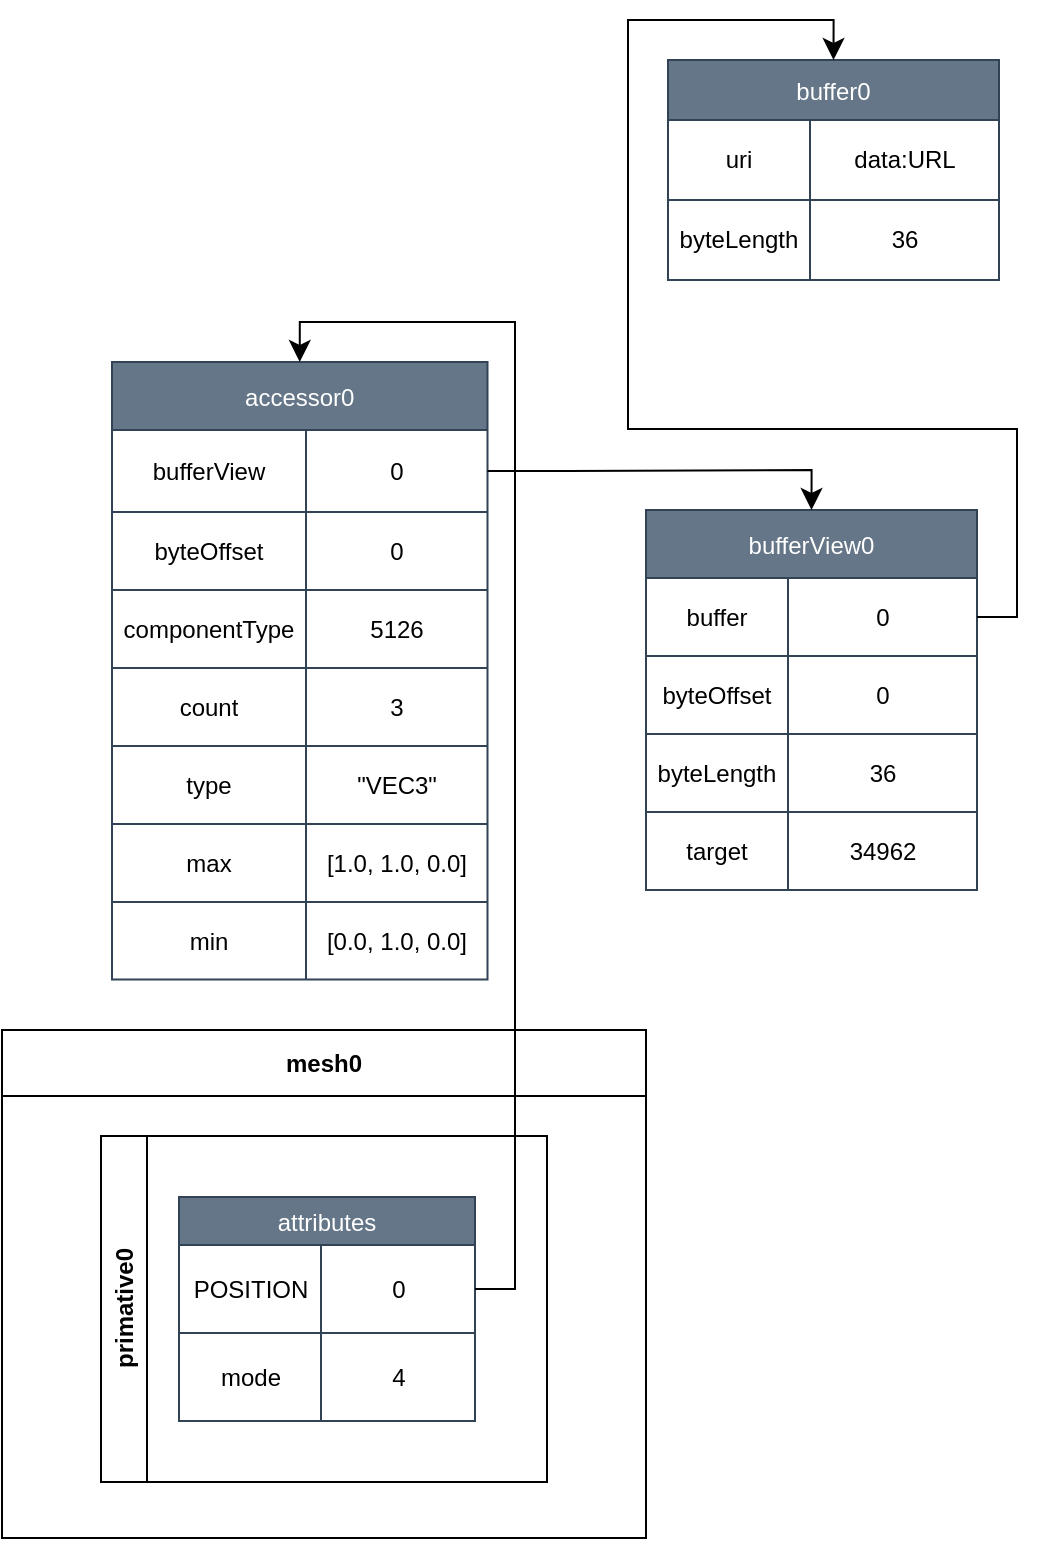
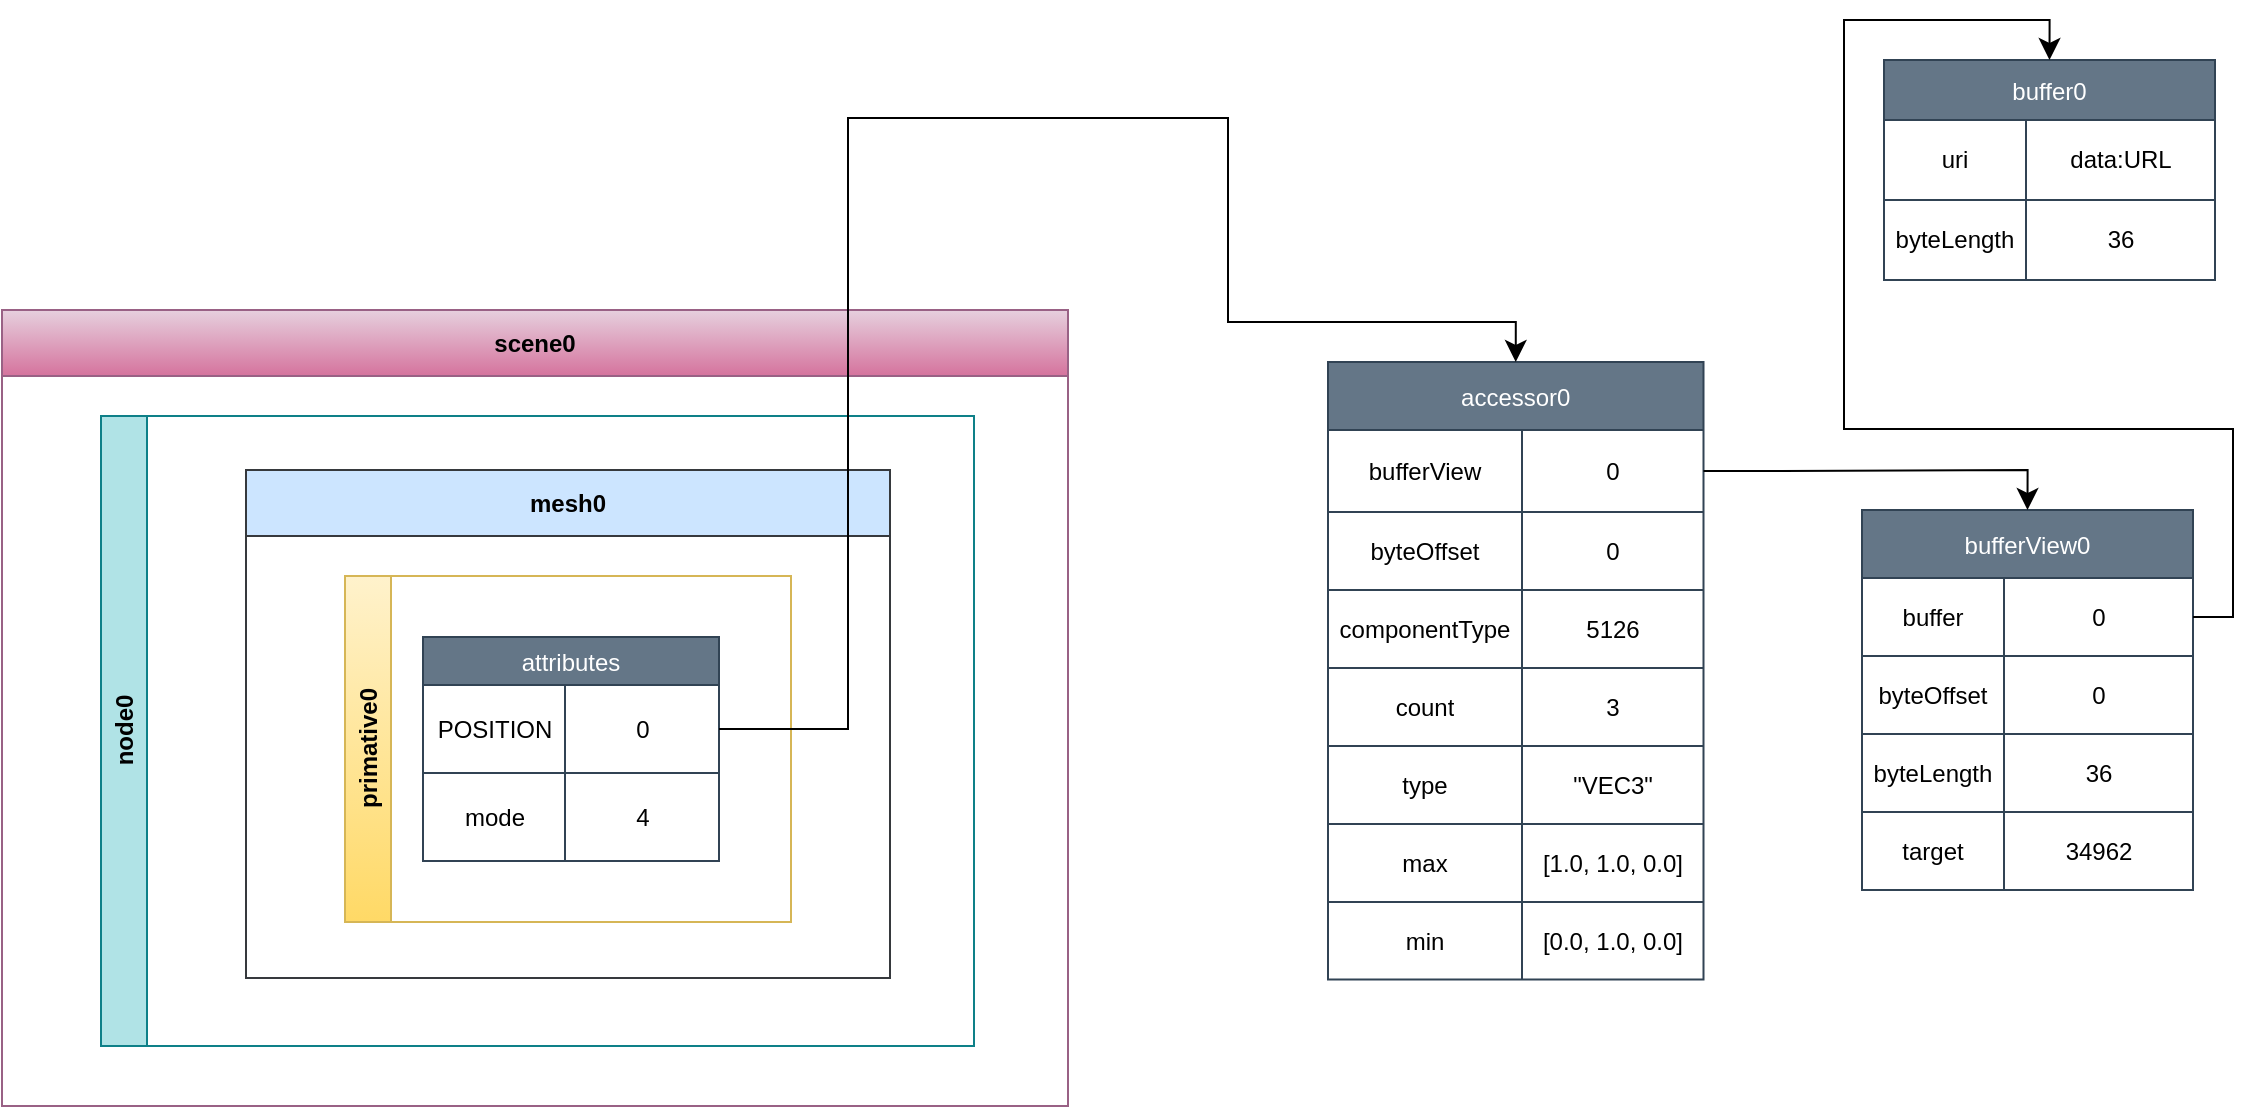
<mxfile host="app.diagrams.net">
  <diagram id="BZvedy4mBk2RI_J5c_5u" name="第 1 页">
-     <mxGraphModel dx="1212" dy="1356" grid="0" gridSize="10" guides="1" tooltips="1" connect="1" arrows="1" fold="1" page="0" pageScale="1" pageWidth="827" pageHeight="1169" math="0" shadow="0">
+     <mxGraphModel dx="2319" dy="1356" grid="0" gridSize="10" guides="1" tooltips="1" connect="1" arrows="1" fold="1" page="0" pageScale="1" pageWidth="827" pageHeight="1169" math="0" shadow="0">
      <root>
        <mxCell id="0" />
        <mxCell id="1" parent="0" />
        <mxCell id="-Ds3_SINnqwqFCvs20sv-1" parent="1" style="shape=table;startSize=30;container=1;collapsible=0;childLayout=tableLayout;fixedHeader=1;fillColor=#647687;fontColor=#ffffff;strokeColor=#314354;" value="buffer0" vertex="1">
          <mxGeometry height="110" width="165.5" x="-1" y="-129" as="geometry" />
        </mxCell>
        <mxCell id="-Ds3_SINnqwqFCvs20sv-2" parent="-Ds3_SINnqwqFCvs20sv-1" style="shape=tableRow;horizontal=0;startSize=0;swimlaneHead=0;swimlaneBody=0;strokeColor=inherit;top=0;left=0;bottom=0;right=0;collapsible=0;dropTarget=0;fillColor=none;points=[[0,0.5],[1,0.5]];portConstraint=eastwest;fixedHeader=1;" value="" vertex="1">
          <mxGeometry height="40" width="165.5" y="30" as="geometry" />
        </mxCell>
        <mxCell id="-Ds3_SINnqwqFCvs20sv-3" parent="-Ds3_SINnqwqFCvs20sv-2" style="shape=partialRectangle;html=1;whiteSpace=wrap;connectable=0;strokeColor=inherit;overflow=hidden;fillColor=none;top=0;left=0;bottom=0;right=0;pointerEvents=1;align=center;" value="uri" vertex="1">
          <mxGeometry height="40" width="71" as="geometry">
            <mxRectangle height="40" width="71" as="alternateBounds" />
          </mxGeometry>
        </mxCell>
        <mxCell id="-Ds3_SINnqwqFCvs20sv-4" parent="-Ds3_SINnqwqFCvs20sv-2" style="shape=partialRectangle;html=1;whiteSpace=wrap;connectable=0;strokeColor=inherit;overflow=hidden;fillColor=none;top=0;left=0;bottom=0;right=0;pointerEvents=1;" value="data:URL" vertex="1">
          <mxGeometry height="40" width="95" x="71" as="geometry">
            <mxRectangle height="40" width="95" as="alternateBounds" />
          </mxGeometry>
        </mxCell>
        <mxCell id="-Ds3_SINnqwqFCvs20sv-5" parent="-Ds3_SINnqwqFCvs20sv-1" style="shape=tableRow;horizontal=0;startSize=0;swimlaneHead=0;swimlaneBody=0;strokeColor=inherit;top=0;left=0;bottom=0;right=0;collapsible=0;dropTarget=0;fillColor=none;points=[[0,0.5],[1,0.5]];portConstraint=eastwest;fixedHeader=1;" value="" vertex="1">
          <mxGeometry height="40" width="165.5" y="70" as="geometry" />
        </mxCell>
        <mxCell id="-Ds3_SINnqwqFCvs20sv-6" parent="-Ds3_SINnqwqFCvs20sv-5" style="shape=partialRectangle;html=1;whiteSpace=wrap;connectable=0;strokeColor=inherit;overflow=hidden;fillColor=none;top=0;left=0;bottom=0;right=0;pointerEvents=1;align=center;" value="byteLength" vertex="1">
          <mxGeometry height="40" width="71" as="geometry">
            <mxRectangle height="40" width="71" as="alternateBounds" />
          </mxGeometry>
        </mxCell>
        <mxCell id="-Ds3_SINnqwqFCvs20sv-7" parent="-Ds3_SINnqwqFCvs20sv-5" style="shape=partialRectangle;html=1;whiteSpace=wrap;connectable=0;strokeColor=inherit;overflow=hidden;fillColor=none;top=0;left=0;bottom=0;right=0;pointerEvents=1;" value="36" vertex="1">
          <mxGeometry height="40" width="95" x="71" as="geometry">
            <mxRectangle height="40" width="95" as="alternateBounds" />
          </mxGeometry>
        </mxCell>
        <mxCell id="IMBELnrVSliVJA-H-ImH-1" parent="1" style="shape=table;startSize=34;container=1;collapsible=0;childLayout=tableLayout;fixedHeader=1;fillColor=#647687;fontColor=#ffffff;strokeColor=#314354;" value="bufferView0" vertex="1">
          <mxGeometry height="190" width="165.5" x="-12" y="96" as="geometry" />
        </mxCell>
        <mxCell id="IMBELnrVSliVJA-H-ImH-2" parent="IMBELnrVSliVJA-H-ImH-1" style="shape=tableRow;horizontal=0;startSize=0;swimlaneHead=0;swimlaneBody=0;strokeColor=inherit;top=0;left=0;bottom=0;right=0;collapsible=0;dropTarget=0;fillColor=none;points=[[0,0.5],[1,0.5]];portConstraint=eastwest;fixedHeader=1;" value="" vertex="1">
          <mxGeometry height="39" width="165.5" y="34" as="geometry" />
        </mxCell>
        <mxCell id="IMBELnrVSliVJA-H-ImH-3" parent="IMBELnrVSliVJA-H-ImH-2" style="shape=partialRectangle;html=1;whiteSpace=wrap;connectable=0;strokeColor=inherit;overflow=hidden;fillColor=none;top=0;left=0;bottom=0;right=0;pointerEvents=1;align=center;" value="buffer" vertex="1">
          <mxGeometry height="39" width="71" as="geometry">
            <mxRectangle height="39" width="71" as="alternateBounds" />
          </mxGeometry>
        </mxCell>
        <mxCell id="IMBELnrVSliVJA-H-ImH-4" parent="IMBELnrVSliVJA-H-ImH-2" style="shape=partialRectangle;html=1;whiteSpace=wrap;connectable=0;strokeColor=inherit;overflow=hidden;fillColor=none;top=0;left=0;bottom=0;right=0;pointerEvents=1;" value="0" vertex="1">
          <mxGeometry height="39" width="95" x="71" as="geometry">
            <mxRectangle height="39" width="95" as="alternateBounds" />
          </mxGeometry>
        </mxCell>
        <mxCell id="IMBELnrVSliVJA-H-ImH-5" parent="IMBELnrVSliVJA-H-ImH-1" style="shape=tableRow;horizontal=0;startSize=0;swimlaneHead=0;swimlaneBody=0;strokeColor=inherit;top=0;left=0;bottom=0;right=0;collapsible=0;dropTarget=0;fillColor=none;points=[[0,0.5],[1,0.5]];portConstraint=eastwest;fixedHeader=1;" value="" vertex="1">
          <mxGeometry height="39" width="165.5" y="73" as="geometry" />
        </mxCell>
        <mxCell id="IMBELnrVSliVJA-H-ImH-6" parent="IMBELnrVSliVJA-H-ImH-5" style="shape=partialRectangle;html=1;whiteSpace=wrap;connectable=0;strokeColor=inherit;overflow=hidden;fillColor=none;top=0;left=0;bottom=0;right=0;pointerEvents=1;align=center;" value="byteOffset" vertex="1">
          <mxGeometry height="39" width="71" as="geometry">
            <mxRectangle height="39" width="71" as="alternateBounds" />
          </mxGeometry>
        </mxCell>
        <mxCell id="IMBELnrVSliVJA-H-ImH-7" parent="IMBELnrVSliVJA-H-ImH-5" style="shape=partialRectangle;html=1;whiteSpace=wrap;connectable=0;strokeColor=inherit;overflow=hidden;fillColor=none;top=0;left=0;bottom=0;right=0;pointerEvents=1;" value="0" vertex="1">
          <mxGeometry height="39" width="95" x="71" as="geometry">
            <mxRectangle height="39" width="95" as="alternateBounds" />
          </mxGeometry>
        </mxCell>
        <mxCell id="IMBELnrVSliVJA-H-ImH-8" parent="IMBELnrVSliVJA-H-ImH-1" style="shape=tableRow;horizontal=0;startSize=0;swimlaneHead=0;swimlaneBody=0;strokeColor=inherit;top=0;left=0;bottom=0;right=0;collapsible=0;dropTarget=0;fillColor=none;points=[[0,0.5],[1,0.5]];portConstraint=eastwest;fixedHeader=1;" vertex="1">
          <mxGeometry height="39" width="165.5" y="112" as="geometry" />
        </mxCell>
        <mxCell id="IMBELnrVSliVJA-H-ImH-9" parent="IMBELnrVSliVJA-H-ImH-8" style="shape=partialRectangle;html=1;whiteSpace=wrap;connectable=0;strokeColor=inherit;overflow=hidden;fillColor=none;top=0;left=0;bottom=0;right=0;pointerEvents=1;align=center;" value="byteLength" vertex="1">
          <mxGeometry height="39" width="71" as="geometry">
            <mxRectangle height="39" width="71" as="alternateBounds" />
          </mxGeometry>
        </mxCell>
        <mxCell id="IMBELnrVSliVJA-H-ImH-10" parent="IMBELnrVSliVJA-H-ImH-8" style="shape=partialRectangle;html=1;whiteSpace=wrap;connectable=0;strokeColor=inherit;overflow=hidden;fillColor=none;top=0;left=0;bottom=0;right=0;pointerEvents=1;" value="36" vertex="1">
          <mxGeometry height="39" width="95" x="71" as="geometry">
            <mxRectangle height="39" width="95" as="alternateBounds" />
          </mxGeometry>
        </mxCell>
        <mxCell id="IMBELnrVSliVJA-H-ImH-11" parent="IMBELnrVSliVJA-H-ImH-1" style="shape=tableRow;horizontal=0;startSize=0;swimlaneHead=0;swimlaneBody=0;strokeColor=inherit;top=0;left=0;bottom=0;right=0;collapsible=0;dropTarget=0;fillColor=none;points=[[0,0.5],[1,0.5]];portConstraint=eastwest;fixedHeader=1;" vertex="1">
          <mxGeometry height="39" width="165.5" y="151" as="geometry" />
        </mxCell>
        <mxCell id="IMBELnrVSliVJA-H-ImH-12" parent="IMBELnrVSliVJA-H-ImH-11" style="shape=partialRectangle;html=1;whiteSpace=wrap;connectable=0;strokeColor=inherit;overflow=hidden;fillColor=none;top=0;left=0;bottom=0;right=0;pointerEvents=1;align=center;" value="target" vertex="1">
          <mxGeometry height="39" width="71" as="geometry">
            <mxRectangle height="39" width="71" as="alternateBounds" />
          </mxGeometry>
        </mxCell>
        <mxCell id="IMBELnrVSliVJA-H-ImH-13" parent="IMBELnrVSliVJA-H-ImH-11" style="shape=partialRectangle;html=1;whiteSpace=wrap;connectable=0;strokeColor=inherit;overflow=hidden;fillColor=none;top=0;left=0;bottom=0;right=0;pointerEvents=1;" value="34962" vertex="1">
          <mxGeometry height="39" width="95" x="71" as="geometry">
            <mxRectangle height="39" width="95" as="alternateBounds" />
          </mxGeometry>
        </mxCell>
        <mxCell id="IMBELnrVSliVJA-H-ImH-15" edge="1" parent="1" source="IMBELnrVSliVJA-H-ImH-2" style="edgeStyle=orthogonalEdgeStyle;rounded=0;orthogonalLoop=1;jettySize=auto;html=1;fontSize=12;startSize=8;endSize=8;exitX=1;exitY=0.5;exitDx=0;exitDy=0;entryX=0.5;entryY=0;entryDx=0;entryDy=0;" target="-Ds3_SINnqwqFCvs20sv-1">
          <mxGeometry relative="1" as="geometry" />
        </mxCell>
        <mxCell id="IMBELnrVSliVJA-H-ImH-16" parent="1" style="shape=table;startSize=34;container=1;collapsible=0;childLayout=tableLayout;fixedHeader=1;fillColor=#647687;fontColor=#ffffff;strokeColor=#314354;" value="accessor0" vertex="1">
          <mxGeometry height="308.75" width="187.75" x="-279" y="22" as="geometry" />
        </mxCell>
        <mxCell id="IMBELnrVSliVJA-H-ImH-17" parent="IMBELnrVSliVJA-H-ImH-16" style="shape=tableRow;horizontal=0;startSize=0;swimlaneHead=0;swimlaneBody=0;strokeColor=inherit;top=0;left=0;bottom=0;right=0;collapsible=0;dropTarget=0;fillColor=none;points=[[0,0.5],[1,0.5]];portConstraint=eastwest;fixedHeader=1;" value="" vertex="1">
          <mxGeometry height="41" width="187.75" y="34" as="geometry" />
        </mxCell>
        <mxCell id="IMBELnrVSliVJA-H-ImH-18" parent="IMBELnrVSliVJA-H-ImH-17" style="shape=partialRectangle;html=1;whiteSpace=wrap;connectable=0;strokeColor=inherit;overflow=hidden;fillColor=none;top=0;left=0;bottom=0;right=0;pointerEvents=1;align=center;" value="bufferView" vertex="1">
          <mxGeometry height="41" width="97" as="geometry">
            <mxRectangle height="41" width="97" as="alternateBounds" />
          </mxGeometry>
        </mxCell>
        <mxCell id="IMBELnrVSliVJA-H-ImH-19" parent="IMBELnrVSliVJA-H-ImH-17" style="shape=partialRectangle;html=1;whiteSpace=wrap;connectable=0;strokeColor=inherit;overflow=hidden;fillColor=none;top=0;left=0;bottom=0;right=0;pointerEvents=1;" value="0" vertex="1">
          <mxGeometry height="41" width="91" x="97" as="geometry">
            <mxRectangle height="41" width="91" as="alternateBounds" />
          </mxGeometry>
        </mxCell>
        <mxCell id="IMBELnrVSliVJA-H-ImH-20" parent="IMBELnrVSliVJA-H-ImH-16" style="shape=tableRow;horizontal=0;startSize=0;swimlaneHead=0;swimlaneBody=0;strokeColor=inherit;top=0;left=0;bottom=0;right=0;collapsible=0;dropTarget=0;fillColor=none;points=[[0,0.5],[1,0.5]];portConstraint=eastwest;fixedHeader=1;" value="" vertex="1">
          <mxGeometry height="39" width="187.75" y="75" as="geometry" />
        </mxCell>
        <mxCell id="IMBELnrVSliVJA-H-ImH-21" parent="IMBELnrVSliVJA-H-ImH-20" style="shape=partialRectangle;html=1;whiteSpace=wrap;connectable=0;strokeColor=inherit;overflow=hidden;fillColor=none;top=0;left=0;bottom=0;right=0;pointerEvents=1;align=center;" value="byteOffset" vertex="1">
          <mxGeometry height="39" width="97" as="geometry">
            <mxRectangle height="39" width="97" as="alternateBounds" />
          </mxGeometry>
        </mxCell>
        <mxCell id="IMBELnrVSliVJA-H-ImH-22" parent="IMBELnrVSliVJA-H-ImH-20" style="shape=partialRectangle;html=1;whiteSpace=wrap;connectable=0;strokeColor=inherit;overflow=hidden;fillColor=none;top=0;left=0;bottom=0;right=0;pointerEvents=1;" value="0" vertex="1">
          <mxGeometry height="39" width="91" x="97" as="geometry">
            <mxRectangle height="39" width="91" as="alternateBounds" />
          </mxGeometry>
        </mxCell>
        <mxCell id="IMBELnrVSliVJA-H-ImH-23" parent="IMBELnrVSliVJA-H-ImH-16" style="shape=tableRow;horizontal=0;startSize=0;swimlaneHead=0;swimlaneBody=0;strokeColor=inherit;top=0;left=0;bottom=0;right=0;collapsible=0;dropTarget=0;fillColor=none;points=[[0,0.5],[1,0.5]];portConstraint=eastwest;fixedHeader=1;" vertex="1">
          <mxGeometry height="39" width="187.75" y="114" as="geometry" />
        </mxCell>
        <mxCell id="IMBELnrVSliVJA-H-ImH-24" parent="IMBELnrVSliVJA-H-ImH-23" style="shape=partialRectangle;html=1;whiteSpace=wrap;connectable=0;strokeColor=inherit;overflow=hidden;fillColor=none;top=0;left=0;bottom=0;right=0;pointerEvents=1;align=center;" value="componentType" vertex="1">
          <mxGeometry height="39" width="97" as="geometry">
            <mxRectangle height="39" width="97" as="alternateBounds" />
          </mxGeometry>
        </mxCell>
        <mxCell id="IMBELnrVSliVJA-H-ImH-25" parent="IMBELnrVSliVJA-H-ImH-23" style="shape=partialRectangle;html=1;whiteSpace=wrap;connectable=0;strokeColor=inherit;overflow=hidden;fillColor=none;top=0;left=0;bottom=0;right=0;pointerEvents=1;" value="5126" vertex="1">
          <mxGeometry height="39" width="91" x="97" as="geometry">
            <mxRectangle height="39" width="91" as="alternateBounds" />
          </mxGeometry>
        </mxCell>
        <mxCell id="IMBELnrVSliVJA-H-ImH-26" parent="IMBELnrVSliVJA-H-ImH-16" style="shape=tableRow;horizontal=0;startSize=0;swimlaneHead=0;swimlaneBody=0;strokeColor=inherit;top=0;left=0;bottom=0;right=0;collapsible=0;dropTarget=0;fillColor=none;points=[[0,0.5],[1,0.5]];portConstraint=eastwest;fixedHeader=1;" vertex="1">
          <mxGeometry height="39" width="187.75" y="153" as="geometry" />
        </mxCell>
        <mxCell id="IMBELnrVSliVJA-H-ImH-27" parent="IMBELnrVSliVJA-H-ImH-26" style="shape=partialRectangle;html=1;whiteSpace=wrap;connectable=0;strokeColor=inherit;overflow=hidden;fillColor=none;top=0;left=0;bottom=0;right=0;pointerEvents=1;align=center;" value="count" vertex="1">
          <mxGeometry height="39" width="97" as="geometry">
            <mxRectangle height="39" width="97" as="alternateBounds" />
          </mxGeometry>
        </mxCell>
        <mxCell id="IMBELnrVSliVJA-H-ImH-28" parent="IMBELnrVSliVJA-H-ImH-26" style="shape=partialRectangle;html=1;whiteSpace=wrap;connectable=0;strokeColor=inherit;overflow=hidden;fillColor=none;top=0;left=0;bottom=0;right=0;pointerEvents=1;" value="3" vertex="1">
          <mxGeometry height="39" width="91" x="97" as="geometry">
            <mxRectangle height="39" width="91" as="alternateBounds" />
          </mxGeometry>
        </mxCell>
        <mxCell id="IMBELnrVSliVJA-H-ImH-29" parent="IMBELnrVSliVJA-H-ImH-16" style="shape=tableRow;horizontal=0;startSize=0;swimlaneHead=0;swimlaneBody=0;strokeColor=inherit;top=0;left=0;bottom=0;right=0;collapsible=0;dropTarget=0;fillColor=none;points=[[0,0.5],[1,0.5]];portConstraint=eastwest;fixedHeader=1;" vertex="1">
          <mxGeometry height="39" width="187.75" y="192" as="geometry" />
        </mxCell>
        <mxCell id="IMBELnrVSliVJA-H-ImH-30" parent="IMBELnrVSliVJA-H-ImH-29" style="shape=partialRectangle;html=1;whiteSpace=wrap;connectable=0;strokeColor=inherit;overflow=hidden;fillColor=none;top=0;left=0;bottom=0;right=0;pointerEvents=1;align=center;" value="type" vertex="1">
          <mxGeometry height="39" width="97" as="geometry">
            <mxRectangle height="39" width="97" as="alternateBounds" />
          </mxGeometry>
        </mxCell>
        <mxCell id="IMBELnrVSliVJA-H-ImH-31" parent="IMBELnrVSliVJA-H-ImH-29" style="shape=partialRectangle;html=1;whiteSpace=wrap;connectable=0;strokeColor=inherit;overflow=hidden;fillColor=none;top=0;left=0;bottom=0;right=0;pointerEvents=1;" value="&quot;VEC3&quot;" vertex="1">
          <mxGeometry height="39" width="91" x="97" as="geometry">
            <mxRectangle height="39" width="91" as="alternateBounds" />
          </mxGeometry>
        </mxCell>
        <mxCell id="IMBELnrVSliVJA-H-ImH-32" parent="IMBELnrVSliVJA-H-ImH-16" style="shape=tableRow;horizontal=0;startSize=0;swimlaneHead=0;swimlaneBody=0;strokeColor=inherit;top=0;left=0;bottom=0;right=0;collapsible=0;dropTarget=0;fillColor=none;points=[[0,0.5],[1,0.5]];portConstraint=eastwest;fixedHeader=1;" vertex="1">
          <mxGeometry height="39" width="187.75" y="231" as="geometry" />
        </mxCell>
        <mxCell id="IMBELnrVSliVJA-H-ImH-33" parent="IMBELnrVSliVJA-H-ImH-32" style="shape=partialRectangle;html=1;whiteSpace=wrap;connectable=0;strokeColor=inherit;overflow=hidden;fillColor=none;top=0;left=0;bottom=0;right=0;pointerEvents=1;align=center;" value="max" vertex="1">
          <mxGeometry height="39" width="97" as="geometry">
            <mxRectangle height="39" width="97" as="alternateBounds" />
          </mxGeometry>
        </mxCell>
        <mxCell id="IMBELnrVSliVJA-H-ImH-34" parent="IMBELnrVSliVJA-H-ImH-32" style="shape=partialRectangle;html=1;whiteSpace=wrap;connectable=0;strokeColor=inherit;overflow=hidden;fillColor=none;top=0;left=0;bottom=0;right=0;pointerEvents=1;" value="[1.0, 1.0, 0.0]" vertex="1">
          <mxGeometry height="39" width="91" x="97" as="geometry">
            <mxRectangle height="39" width="91" as="alternateBounds" />
          </mxGeometry>
        </mxCell>
        <mxCell id="IMBELnrVSliVJA-H-ImH-35" parent="IMBELnrVSliVJA-H-ImH-16" style="shape=tableRow;horizontal=0;startSize=0;swimlaneHead=0;swimlaneBody=0;strokeColor=inherit;top=0;left=0;bottom=0;right=0;collapsible=0;dropTarget=0;fillColor=none;points=[[0,0.5],[1,0.5]];portConstraint=eastwest;fixedHeader=1;" vertex="1">
          <mxGeometry height="39" width="187.75" y="270" as="geometry" />
        </mxCell>
        <mxCell id="IMBELnrVSliVJA-H-ImH-36" parent="IMBELnrVSliVJA-H-ImH-35" style="shape=partialRectangle;html=1;whiteSpace=wrap;connectable=0;strokeColor=inherit;overflow=hidden;fillColor=none;top=0;left=0;bottom=0;right=0;pointerEvents=1;align=center;" value="min" vertex="1">
          <mxGeometry height="39" width="97" as="geometry">
            <mxRectangle height="39" width="97" as="alternateBounds" />
          </mxGeometry>
        </mxCell>
        <mxCell id="IMBELnrVSliVJA-H-ImH-37" parent="IMBELnrVSliVJA-H-ImH-35" style="shape=partialRectangle;html=1;whiteSpace=wrap;connectable=0;strokeColor=inherit;overflow=hidden;fillColor=none;top=0;left=0;bottom=0;right=0;pointerEvents=1;" value="[0.0, 1.0, 0.0]" vertex="1">
          <mxGeometry height="39" width="91" x="97" as="geometry">
            <mxRectangle height="39" width="91" as="alternateBounds" />
          </mxGeometry>
        </mxCell>
        <mxCell id="IMBELnrVSliVJA-H-ImH-38" edge="1" parent="1" source="IMBELnrVSliVJA-H-ImH-17" style="edgeStyle=orthogonalEdgeStyle;rounded=0;orthogonalLoop=1;jettySize=auto;html=1;entryX=0.5;entryY=0;entryDx=0;entryDy=0;fontSize=12;startSize=8;endSize=8;exitX=1;exitY=0.5;exitDx=0;exitDy=0;" target="IMBELnrVSliVJA-H-ImH-1">
          <mxGeometry relative="1" as="geometry" />
        </mxCell>
-         <mxCell id="oYlXVEz9eKNw0EBKh330-92" parent="1" style="swimlane;whiteSpace=wrap;html=1;startSize=33;" value="mesh0" vertex="1">
-           <mxGeometry height="254" width="322" x="-334" y="356" as="geometry" />
-         </mxCell>
-         <mxCell id="oYlXVEz9eKNw0EBKh330-96" parent="oYlXVEz9eKNw0EBKh330-92" style="swimlane;horizontal=0;whiteSpace=wrap;html=1;" value="primative0" vertex="1">
+         <mxCell id="GIUIsMX7UZoavufT8lRc-1" parent="1" style="swimlane;whiteSpace=wrap;html=1;startSize=33;strokeColor=#996185;labelBackgroundColor=none;labelBorderColor=none;fillColor=#e6d0de;gradientColor=#d5739d;" value="&lt;span style=&quot;color: light-dark(rgb(0, 0, 0), rgb(102, 255, 179));&quot;&gt;scene0&lt;/span&gt;" vertex="1">
+           <mxGeometry height="398" width="533" x="-942" y="-4" as="geometry" />
+         </mxCell>
+         <mxCell id="GIUIsMX7UZoavufT8lRc-2" parent="GIUIsMX7UZoavufT8lRc-1" style="swimlane;horizontal=0;whiteSpace=wrap;html=1;fillColor=#b0e3e6;strokeColor=#0e8088;" value="&lt;span style=&quot;color: light-dark(rgb(0, 0, 0), rgb(102, 102, 255));&quot;&gt;node0&lt;/span&gt;" vertex="1">
+           <mxGeometry height="315" width="436.5" x="49.5" y="53" as="geometry" />
+         </mxCell>
+         <mxCell id="oYlXVEz9eKNw0EBKh330-92" parent="GIUIsMX7UZoavufT8lRc-2" style="swimlane;whiteSpace=wrap;html=1;startSize=33;strokeColor=#36393d;fillColor=#cce5ff;" value="mesh0" vertex="1">
+           <mxGeometry height="254" width="322" x="72.5" y="27" as="geometry" />
+         </mxCell>
+         <mxCell id="oYlXVEz9eKNw0EBKh330-96" parent="oYlXVEz9eKNw0EBKh330-92" style="swimlane;horizontal=0;whiteSpace=wrap;html=1;fillColor=#fff2cc;gradientColor=#ffd966;strokeColor=#d6b656;" value="primative0" vertex="1">
          <mxGeometry height="173" width="223" x="49.499999999999986" y="53" as="geometry" />
        </mxCell>
        <mxCell id="oYlXVEz9eKNw0EBKh330-4" parent="oYlXVEz9eKNw0EBKh330-96" style="shape=table;startSize=24;container=1;collapsible=0;childLayout=tableLayout;fixedHeader=1;fillColor=#647687;fontColor=#ffffff;strokeColor=#314354;" value="attributes" vertex="1">
          <mxGeometry height="112" width="148" x="39" y="30.5" as="geometry" />
        </mxCell>
        <mxCell id="oYlXVEz9eKNw0EBKh330-5" parent="oYlXVEz9eKNw0EBKh330-4" style="shape=tableRow;horizontal=0;startSize=0;swimlaneHead=0;swimlaneBody=0;strokeColor=inherit;top=0;left=0;bottom=0;right=0;collapsible=0;dropTarget=0;fillColor=none;points=[[0,0.5],[1,0.5]];portConstraint=eastwest;fixedHeader=1;" value="" vertex="1">
          <mxGeometry height="44" width="148" y="24" as="geometry" />
        </mxCell>
        <mxCell id="oYlXVEz9eKNw0EBKh330-6" parent="oYlXVEz9eKNw0EBKh330-5" style="shape=partialRectangle;html=1;whiteSpace=wrap;connectable=0;strokeColor=inherit;overflow=hidden;fillColor=none;top=0;left=0;bottom=0;right=0;pointerEvents=1;align=center;" value="POSITION" vertex="1">
          <mxGeometry height="44" width="71" as="geometry">
            <mxRectangle height="44" width="71" as="alternateBounds" />
          </mxGeometry>
        </mxCell>
        <mxCell id="oYlXVEz9eKNw0EBKh330-7" parent="oYlXVEz9eKNw0EBKh330-5" style="shape=partialRectangle;html=1;whiteSpace=wrap;connectable=0;strokeColor=inherit;overflow=hidden;fillColor=none;top=0;left=0;bottom=0;right=0;pointerEvents=1;" value="0" vertex="1">
          <mxGeometry height="44" width="77" x="71" as="geometry">
            <mxRectangle height="44" width="77" as="alternateBounds" />
          </mxGeometry>
        </mxCell>
        <mxCell id="oYlXVEz9eKNw0EBKh330-17" parent="oYlXVEz9eKNw0EBKh330-4" style="shape=tableRow;horizontal=0;startSize=0;swimlaneHead=0;swimlaneBody=0;strokeColor=inherit;top=0;left=0;bottom=0;right=0;collapsible=0;dropTarget=0;fillColor=none;points=[[0,0.5],[1,0.5]];portConstraint=eastwest;fixedHeader=1;" vertex="1">
          <mxGeometry height="44" width="148" y="68" as="geometry" />
        </mxCell>
        <mxCell id="oYlXVEz9eKNw0EBKh330-18" parent="oYlXVEz9eKNw0EBKh330-17" style="shape=partialRectangle;html=1;whiteSpace=wrap;connectable=0;strokeColor=inherit;overflow=hidden;fillColor=none;top=0;left=0;bottom=0;right=0;pointerEvents=1;align=center;" value="mode" vertex="1">
          <mxGeometry height="44" width="71" as="geometry">
            <mxRectangle height="44" width="71" as="alternateBounds" />
          </mxGeometry>
        </mxCell>
        <mxCell id="oYlXVEz9eKNw0EBKh330-19" parent="oYlXVEz9eKNw0EBKh330-17" style="shape=partialRectangle;html=1;whiteSpace=wrap;connectable=0;strokeColor=inherit;overflow=hidden;fillColor=none;top=0;left=0;bottom=0;right=0;pointerEvents=1;" value="4" vertex="1">
          <mxGeometry height="44" width="77" x="71" as="geometry">
            <mxRectangle height="44" width="77" as="alternateBounds" />
          </mxGeometry>
        </mxCell>
-         <mxCell id="oYlXVEz9eKNw0EBKh330-97" edge="1" parent="1" source="oYlXVEz9eKNw0EBKh330-5" style="edgeStyle=orthogonalEdgeStyle;rounded=0;orthogonalLoop=1;jettySize=auto;html=1;entryX=0.5;entryY=0;entryDx=0;entryDy=0;fontSize=12;startSize=8;endSize=8;exitX=1;exitY=0.5;exitDx=0;exitDy=0;" target="IMBELnrVSliVJA-H-ImH-16">
-           <mxGeometry relative="1" as="geometry" />
+         <mxCell id="oYlXVEz9eKNw0EBKh330-97" edge="1" parent="1" source="oYlXVEz9eKNw0EBKh330-5" style="edgeStyle=orthogonalEdgeStyle;rounded=0;orthogonalLoop=1;jettySize=auto;html=1;entryX=0.5;entryY=0;entryDx=0;entryDy=0;fontSize=12;startSize=8;endSize=8;exitX=1;exitY=0.5;exitDx=0;exitDy=0;strokeColor=light-dark(#000000,#808080);" target="IMBELnrVSliVJA-H-ImH-16">
+           <mxGeometry relative="1" as="geometry">
+             <Array as="points">
+               <mxPoint x="-519" y="206" />
+               <mxPoint x="-519" y="-100" />
+               <mxPoint x="-329" y="-100" />
+               <mxPoint x="-329" y="2" />
+               <mxPoint x="-185" y="2" />
+             </Array>
+           </mxGeometry>
        </mxCell>
      </root>
    </mxGraphModel>
  </diagram>
</mxfile>
